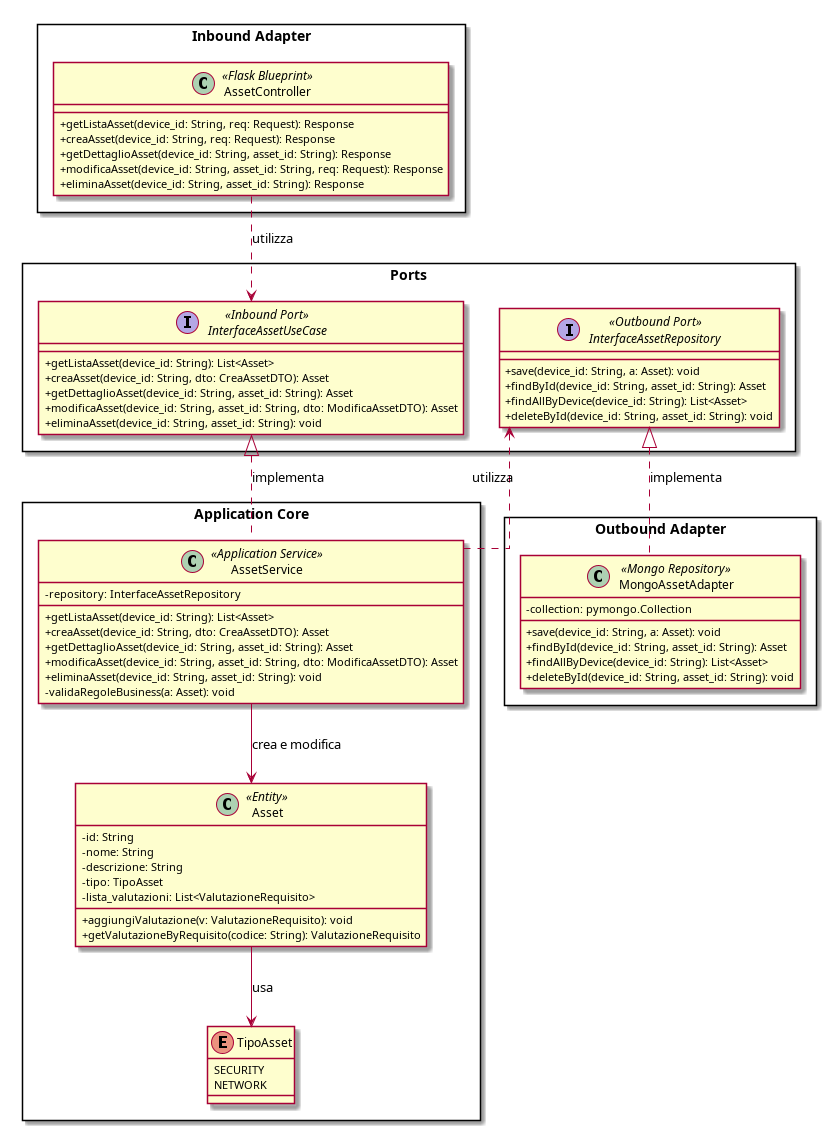
Earlier version of the PlantUML export src/PB/DocumentazioneEsterna/Specifica_Tecnica/content/uml/png/classe_asset.png (GroupRubberDuck/Documentazione). Its source is kept beside it as src/PB/DocumentazioneEsterna/Specifica_Tecnica/content/uml/puml/Diagrammi_classi/classe_asset.puml.
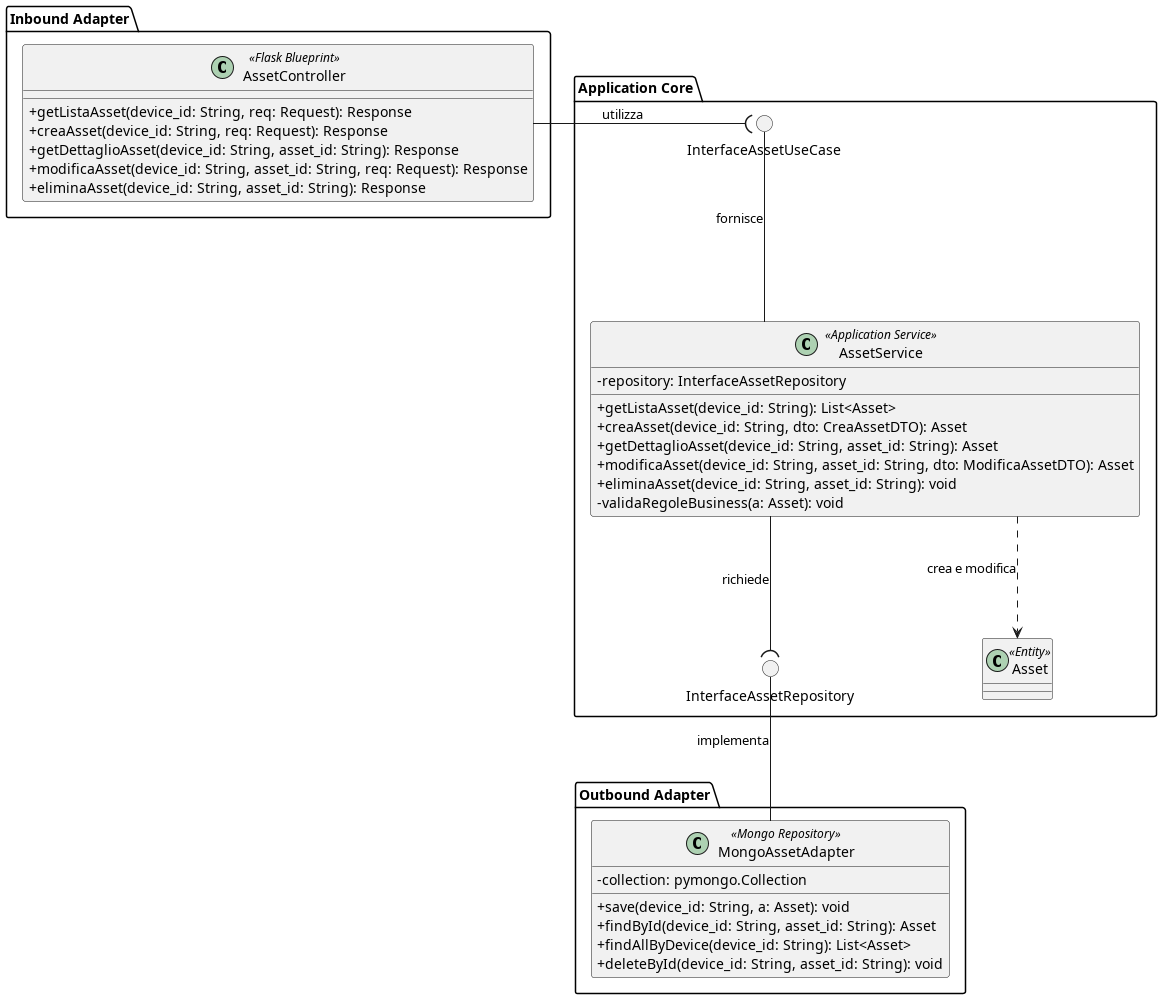
The same diagram one commit later.

Commit message:
Feat: aggiornamento diagrammi con ballsocket

The edit, as a diff of the source:
```diff
@@ -1,86 +1,54 @@
 @startuml classe_asset
 skinparam linetype ortho
-skinparam packageStyle rectangle
+skinparam nodesep 120
+skinparam ranksep 120
 skinparam classAttributeIconSize 0
 
+package "Inbound Adapter" {
+    class AssetController <<Flask Blueprint>> {
+        +getListaAsset(device_id: String, req: Request): Response
+        +creaAsset(device_id: String, req: Request): Response
+        +getDettaglioAsset(device_id: String, asset_id: String): Response
+        +modificaAsset(device_id: String, asset_id: String, req: Request): Response
+        +eliminaAsset(device_id: String, asset_id: String): Response
+    }
+}
 
-package "Inbound Adapter" {
- class AssetController <<Flask Blueprint>> {
-   +getListaAsset(device_id: String, req: Request): Response
-   +creaAsset(device_id: String, req: Request): Response
-   +getDettaglioAsset(device_id: String, asset_id: String): Response
-   +modificaAsset(device_id: String, asset_id: String, req: Request): Response
-   +eliminaAsset(device_id: String, asset_id: String): Response
- }
+package "Application Core" {
+
+    () "InterfaceAssetUseCase" as InboundPort
+    () "InterfaceAssetRepository" as OutboundPort
+
+    class AssetService <<Application Service>> {
+        -repository: InterfaceAssetRepository
+        +getListaAsset(device_id: String): List<Asset>
+        +creaAsset(device_id: String, dto: CreaAssetDTO): Asset
+        +getDettaglioAsset(device_id: String, asset_id: String): Asset
+        +modificaAsset(device_id: String, asset_id: String, dto: ModificaAssetDTO): Asset
+        +eliminaAsset(device_id: String, asset_id: String): void
+        -validaRegoleBusiness(a: Asset): void
+    }
+
+    class Asset <<Entity>> {    }
+
+    InboundPort -down- AssetService : "fornisce"
+    AssetService -down-( OutboundPort : "richiede"
+    AssetService ..> Asset : "crea e modifica"
+}
+
+package "Outbound Adapter" {
+    class MongoAssetAdapter <<Mongo Repository>> {
+        -collection: pymongo.Collection
+        +save(device_id: String, a: Asset): void
+        +findById(device_id: String, asset_id: String): Asset
+        +findAllByDevice(device_id: String): List<Asset>
+        +deleteById(device_id: String, asset_id: String): void
+    }
 }
 
 
-package "Outbound Adapter" {
- class MongoAssetAdapter <<Mongo Repository>> {
-   -collection: pymongo.Collection
-   +save(device_id: String, a: Asset): void
-   +findById(device_id: String, asset_id: String): Asset
-   +findAllByDevice(device_id: String): List<Asset>
-   +deleteById(device_id: String, asset_id: String): void
- }
-}
+AssetController -( InboundPort : "utilizza"
 
-
-package "Ports" {
- interface InterfaceAssetUseCase <<Inbound Port>> {
-   +getListaAsset(device_id: String): List<Asset>
-   +creaAsset(device_id: String, dto: CreaAssetDTO): Asset
-   +getDettaglioAsset(device_id: String, asset_id: String): Asset
-   +modificaAsset(device_id: String, asset_id: String, dto: ModificaAssetDTO): Asset
-   +eliminaAsset(device_id: String, asset_id: String): void
- }
-
-
- interface InterfaceAssetRepository <<Outbound Port>> {
-   +save(device_id: String, a: Asset): void
-   +findById(device_id: String, asset_id: String): Asset
-   +findAllByDevice(device_id: String): List<Asset>
-   +deleteById(device_id: String, asset_id: String): void
- }
-}
-
-
-package "Application Core" {
- class AssetService <<Application Service>> {
-   -repository: InterfaceAssetRepository
-   +getListaAsset(device_id: String): List<Asset>
-   +creaAsset(device_id: String, dto: CreaAssetDTO): Asset
-   +getDettaglioAsset(device_id: String, asset_id: String): Asset
-   +modificaAsset(device_id: String, asset_id: String, dto: ModificaAssetDTO): Asset
-   +eliminaAsset(device_id: String, asset_id: String): void
-   -validaRegoleBusiness(a: Asset): void
- }
-
-
- class Asset <<Entity>> {
-   -id: String
-   -nome: String
-   -descrizione: String
-   -tipo: TipoAsset
-   -lista_valutazioni: List<ValutazioneRequisito>
-   +aggiungiValutazione(v: ValutazioneRequisito): void
-   +getValutazioneByRequisito(codice: String): ValutazioneRequisito
- }
-
-
- enum TipoAsset {
-   SECURITY
-   NETWORK
- }
-}
-
-
-AssetController ..> InterfaceAssetUseCase : utilizza
-InterfaceAssetUseCase <|.. AssetService : implementa
-AssetService ..> InterfaceAssetRepository : utilizza
-InterfaceAssetRepository <|.. MongoAssetAdapter : implementa
-AssetService --> Asset : crea e modifica
-Asset --> TipoAsset : usa
-
+OutboundPort -down- MongoAssetAdapter : "implementa"
 
 @enduml
```
